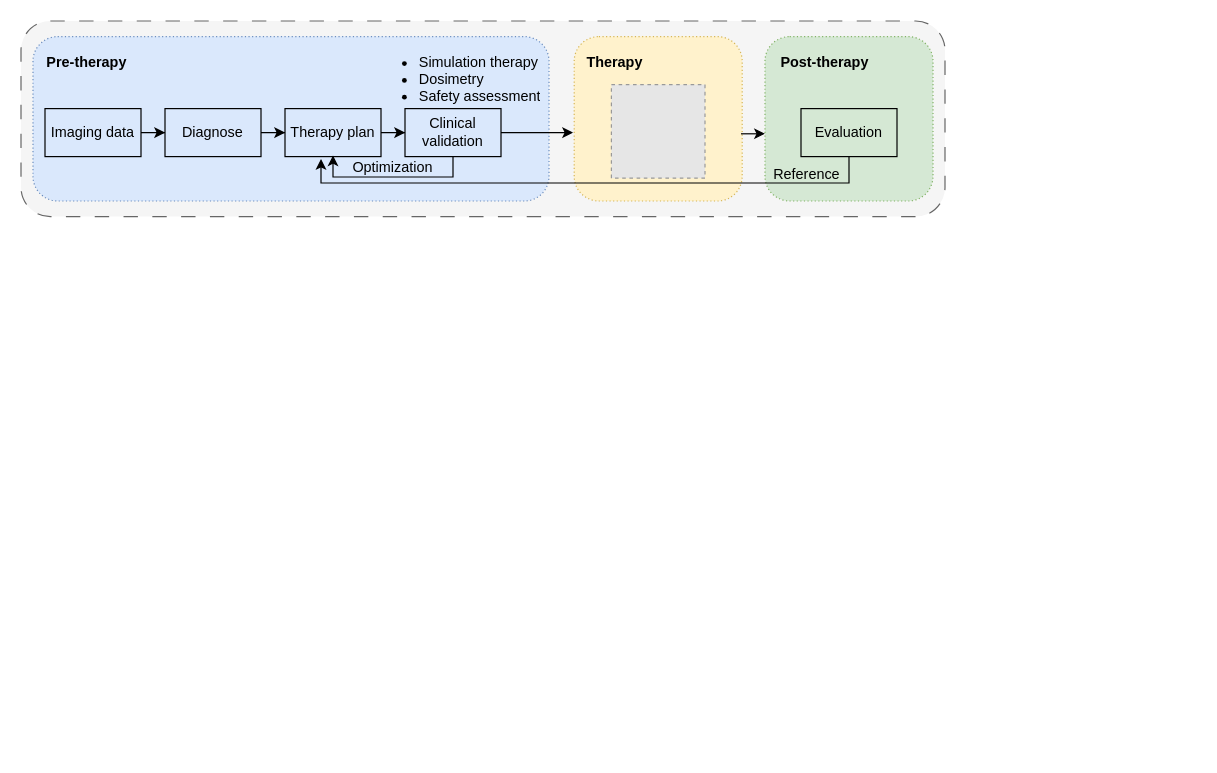
This is page "radiation therapy" (4 of 4) of Fig_CS/source-file/work_treatment.drawio from jizhang02/Figure-Factory, a draw.io file, before an edit. Source tidied: cells renumbered, new cells numbered last; positions are measured from the earlier drawing's top-left corner, leaving out a move shared by most shapes. Both pictures are drawn from the tidied source at 120%, with x=0, y=0 at pixel (20, 20). Pictures stored in the file or linked from it are replaced by grey dashed boxes.
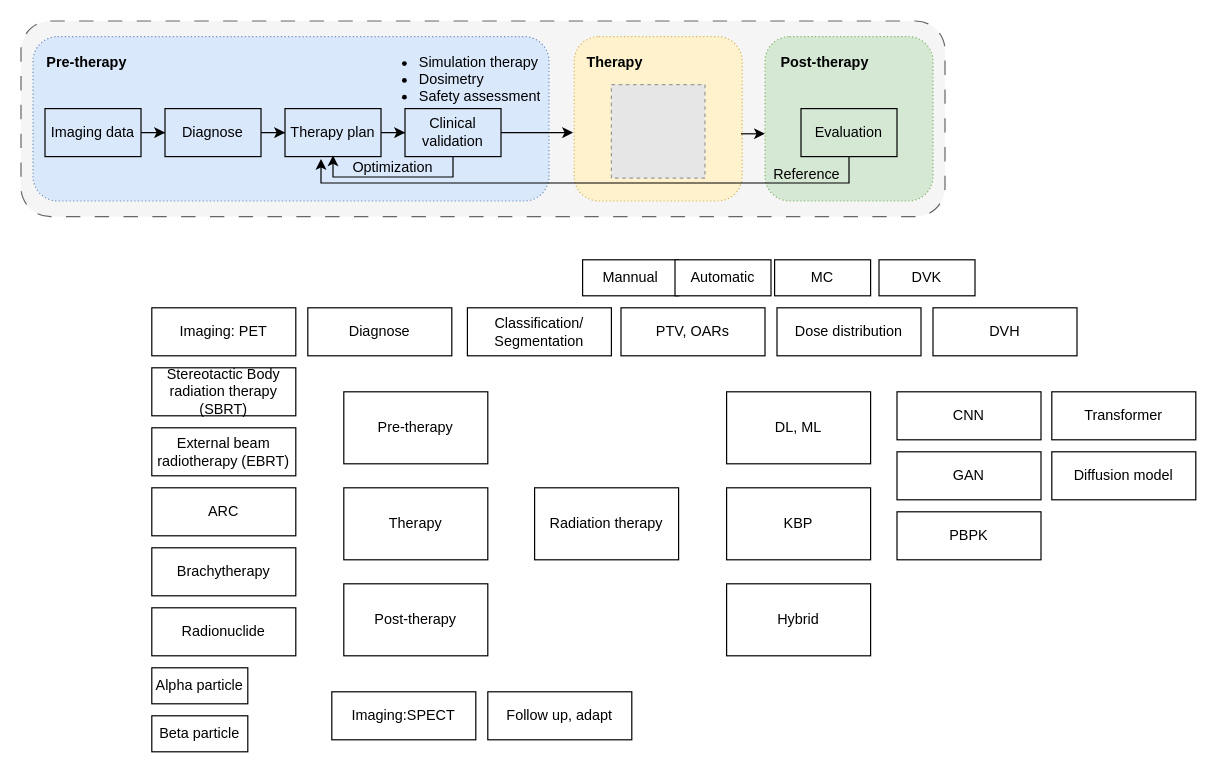
Above is the later version.

Change to the diagram source:
```diff
@@
+    <mxCell id="25" value="Radiation therapy" style="rounded=0;whiteSpace=wrap;html=1;" parent="1" vertex="1">
+      <mxGeometry x="428" y="389" width="120" height="60" as="geometry" />
+    </mxCell>
+    <mxCell id="26" value="DL, ML" style="rounded=0;whiteSpace=wrap;html=1;" parent="1" vertex="1">
+      <mxGeometry x="588" y="309" width="120" height="60" as="geometry" />
+    </mxCell>
+    <mxCell id="27" value="KBP" style="rounded=0;whiteSpace=wrap;html=1;" parent="1" vertex="1">
+      <mxGeometry x="588" y="389" width="120" height="60" as="geometry" />
+    </mxCell>
+    <mxCell id="28" value="Hybrid" style="rounded=0;whiteSpace=wrap;html=1;" parent="1" vertex="1">
+      <mxGeometry x="588" y="469" width="120" height="60" as="geometry" />
+    </mxCell>
+    <mxCell id="29" value="Pre-therapy" style="rounded=0;whiteSpace=wrap;html=1;" parent="1" vertex="1">
+      <mxGeometry x="269" y="309" width="120" height="60" as="geometry" />
+    </mxCell>
+    <mxCell id="30" value="Therapy" style="rounded=0;whiteSpace=wrap;html=1;" parent="1" vertex="1">
+      <mxGeometry x="269" y="389" width="120" height="60" as="geometry" />
+    </mxCell>
+    <mxCell id="31" value="Post-therapy" style="rounded=0;whiteSpace=wrap;html=1;" parent="1" vertex="1">
+      <mxGeometry x="269" y="469" width="120" height="60" as="geometry" />
+    </mxCell>
+    <mxCell id="32" value="Dose distribution" style="rounded=0;whiteSpace=wrap;html=1;" parent="1" vertex="1">
+      <mxGeometry x="630" y="239" width="120" height="40" as="geometry" />
+    </mxCell>
+    <mxCell id="33" value="PTV, OARs" style="rounded=0;whiteSpace=wrap;html=1;" parent="1" vertex="1">
+      <mxGeometry x="500" y="239" width="120" height="40" as="geometry" />
+    </mxCell>
+    <mxCell id="34" value="ARC" style="rounded=0;whiteSpace=wrap;html=1;" parent="1" vertex="1">
+      <mxGeometry x="109" y="389" width="120" height="40" as="geometry" />
+    </mxCell>
+    <mxCell id="35" value="Brachytherapy" style="rounded=0;whiteSpace=wrap;html=1;" parent="1" vertex="1">
+      <mxGeometry x="109" y="439" width="120" height="40" as="geometry" />
+    </mxCell>
+    <mxCell id="36" value="Radionuclide" style="rounded=0;whiteSpace=wrap;html=1;" parent="1" vertex="1">
+      <mxGeometry x="109" y="489" width="120" height="40" as="geometry" />
+    </mxCell>
+    <mxCell id="37" value="Alpha particle" style="rounded=0;whiteSpace=wrap;html=1;" parent="1" vertex="1">
+      <mxGeometry x="109" y="539" width="80" height="30" as="geometry" />
+    </mxCell>
+    <mxCell id="38" value="Beta particle" style="rounded=0;whiteSpace=wrap;html=1;" parent="1" vertex="1">
+      <mxGeometry x="109" y="579" width="80" height="30" as="geometry" />
+    </mxCell>
+    <mxCell id="39" value="Follow up, adapt" style="rounded=0;whiteSpace=wrap;html=1;" parent="1" vertex="1">
+      <mxGeometry x="389" y="559" width="120" height="40" as="geometry" />
+    </mxCell>
+    <mxCell id="40" value="Imaging: PET" style="rounded=0;whiteSpace=wrap;html=1;" parent="1" vertex="1">
+      <mxGeometry x="109" y="239" width="120" height="40" as="geometry" />
+    </mxCell>
+    <mxCell id="41" value="Diagnose" style="rounded=0;whiteSpace=wrap;html=1;" parent="1" vertex="1">
+      <mxGeometry x="239" y="239" width="120" height="40" as="geometry" />
+    </mxCell>
+    <mxCell id="42" value="Classification/&lt;br&gt;Segmentation" style="rounded=0;whiteSpace=wrap;html=1;" parent="1" vertex="1">
+      <mxGeometry x="372" y="239" width="120" height="40" as="geometry" />
+    </mxCell>
+    <mxCell id="43" value="DVH" style="rounded=0;whiteSpace=wrap;html=1;" parent="1" vertex="1">
+      <mxGeometry x="760" y="239" width="120" height="40" as="geometry" />
+    </mxCell>
+    <mxCell id="44" value="Imaging:SPECT" style="rounded=0;whiteSpace=wrap;html=1;" parent="1" vertex="1">
+      <mxGeometry x="259" y="559" width="120" height="40" as="geometry" />
+    </mxCell>
+    <mxCell id="45" value="CNN" style="rounded=0;whiteSpace=wrap;html=1;" parent="1" vertex="1">
+      <mxGeometry x="730" y="309" width="120" height="40" as="geometry" />
+    </mxCell>
+    <mxCell id="46" value="GAN" style="rounded=0;whiteSpace=wrap;html=1;" parent="1" vertex="1">
+      <mxGeometry x="730" y="359" width="120" height="40" as="geometry" />
+    </mxCell>
+    <mxCell id="47" value="Transformer" style="rounded=0;whiteSpace=wrap;html=1;" parent="1" vertex="1">
+      <mxGeometry x="859" y="309" width="120" height="40" as="geometry" />
+    </mxCell>
+    <mxCell id="48" value="Diffusion model" style="rounded=0;whiteSpace=wrap;html=1;" parent="1" vertex="1">
+      <mxGeometry x="859" y="359" width="120" height="40" as="geometry" />
+    </mxCell>
+    <mxCell id="49" value="PBPK" style="rounded=0;whiteSpace=wrap;html=1;" parent="1" vertex="1">
+      <mxGeometry x="730" y="409" width="120" height="40" as="geometry" />
+    </mxCell>
+    <mxCell id="50" value="MC" style="rounded=0;whiteSpace=wrap;html=1;" parent="1" vertex="1">
+      <mxGeometry x="628" y="199" width="80" height="30" as="geometry" />
+    </mxCell>
+    <mxCell id="51" value="DVK" style="rounded=0;whiteSpace=wrap;html=1;" parent="1" vertex="1">
+      <mxGeometry x="715" y="199" width="80" height="30" as="geometry" />
+    </mxCell>
+    <mxCell id="52" value="Mannual" style="rounded=0;whiteSpace=wrap;html=1;" parent="1" vertex="1">
+      <mxGeometry x="468" y="199" width="80" height="30" as="geometry" />
+    </mxCell>
+    <mxCell id="53" value="Automatic" style="rounded=0;whiteSpace=wrap;html=1;" parent="1" vertex="1">
+      <mxGeometry x="545" y="199" width="80" height="30" as="geometry" />
+    </mxCell>
+    <mxCell id="54" value="External beam radiotherapy (EBRT)" style="rounded=0;whiteSpace=wrap;html=1;" parent="1" vertex="1">
+      <mxGeometry x="109" y="339" width="120" height="40" as="geometry" />
+    </mxCell>
+    <mxCell id="55" value="Stereotactic Body radiation therapy (SBRT)" style="rounded=0;whiteSpace=wrap;html=1;" parent="1" vertex="1">
+      <mxGeometry x="109" y="289" width="120" height="40" as="geometry" />
+    </mxCell>
```
